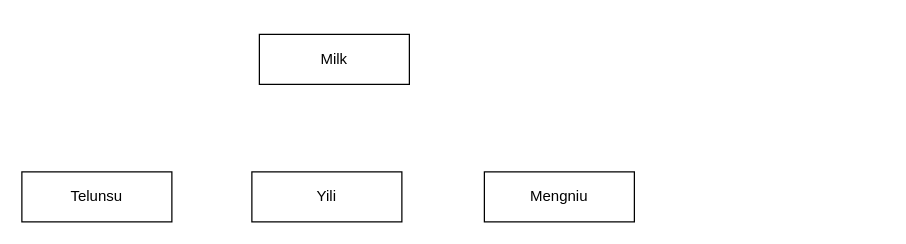
CoralHu/java-edu-diagram keeps this draw.io diagram as pattern/SingleFactory.drawio. Above is the earlier version. Source tidied: cells renumbered, new cells numbered last; positions are measured from the earlier drawing's top-left corner, leaving out a move shared by most shapes. Both pictures are drawn from the tidied source at 125%, with x=0, y=0 at pixel (21, 34).
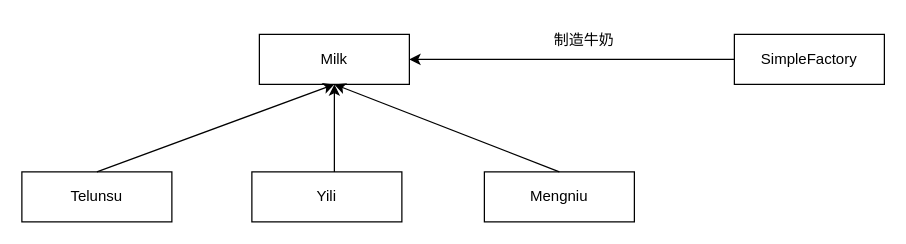
The same page after the edit.

What changed in the source:
```diff
@@
 <mxGraphModel>
   <root>
     <mxCell id="0" />
     <mxCell id="1" parent="0" />
     <mxCell id="2" value="Milk" style="rounded=0;whiteSpace=wrap;html=1;" parent="1" vertex="1">
       <mxGeometry x="190" width="120" height="40" as="geometry" />
     </mxCell>
     <mxCell id="3" value="Telunsu" style="rounded=0;whiteSpace=wrap;html=1;" parent="1" vertex="1">
       <mxGeometry y="110" width="120" height="40" as="geometry" />
     </mxCell>
     <mxCell id="4" value="Yili" style="rounded=0;whiteSpace=wrap;html=1;" parent="1" vertex="1">
       <mxGeometry x="184" y="110" width="120" height="40" as="geometry" />
     </mxCell>
     <mxCell id="5" value="Mengniu" style="rounded=0;whiteSpace=wrap;html=1;" parent="1" vertex="1">
       <mxGeometry x="370" y="110" width="120" height="40" as="geometry" />
     </mxCell>
+    <mxCell id="6" style="endArrow=classic;html=1;rounded=0;exitX=0.5;exitY=0;exitDx=0;exitDy=0;entryX=0.5;entryY=1;entryDx=0;entryDy=0;" parent="1" edge="1" source="3" target="2">
+      <mxGeometry relative="1" as="geometry" />
+    </mxCell>
+    <mxCell id="7" style="endArrow=classic;html=1;rounded=0;entryX=0.5;entryY=1;entryDx=0;entryDy=0;" parent="1" edge="1" target="2">
+      <mxGeometry relative="1" as="geometry">
+        <mxPoint x="250" y="110" as="sourcePoint" />
+      </mxGeometry>
+    </mxCell>
+    <mxCell id="8" style="endArrow=classic;html=1;rounded=0;entryX=0.5;entryY=1;entryDx=0;entryDy=0;exitX=0.5;exitY=0;exitDx=0;exitDy=0;" parent="1" edge="1" source="5" target="2">
+      <mxGeometry relative="1" as="geometry" />
+    </mxCell>
+    <mxCell id="9" value="&lt;pre style=&quot;background-color: rgb(255 , 255 , 255) ; font-family: &amp;#34;arial monospaced for sap&amp;#34; ; font-size: 9pt&quot;&gt;SimpleFactory&lt;/pre&gt;" style="rounded=0;whiteSpace=wrap;html=1;" parent="1" vertex="1">
+      <mxGeometry x="570" width="120" height="40" as="geometry" />
+    </mxCell>
+    <mxCell id="10" value="制造牛奶" style="text;html=1;strokeColor=none;fillColor=none;align=center;verticalAlign=middle;whiteSpace=wrap;rounded=0;" parent="1" vertex="1">
+      <mxGeometry x="420" y="-10" width="60" height="30" as="geometry" />
+    </mxCell>
+    <mxCell id="11" style="endArrow=classic;html=1;rounded=0;exitX=0;exitY=0.5;exitDx=0;exitDy=0;" parent="1" edge="1" source="9">
+      <mxGeometry relative="1" as="geometry">
+        <mxPoint x="310" y="20" as="targetPoint" />
+      </mxGeometry>
+    </mxCell>
   </root>
 </mxGraphModel>
```
